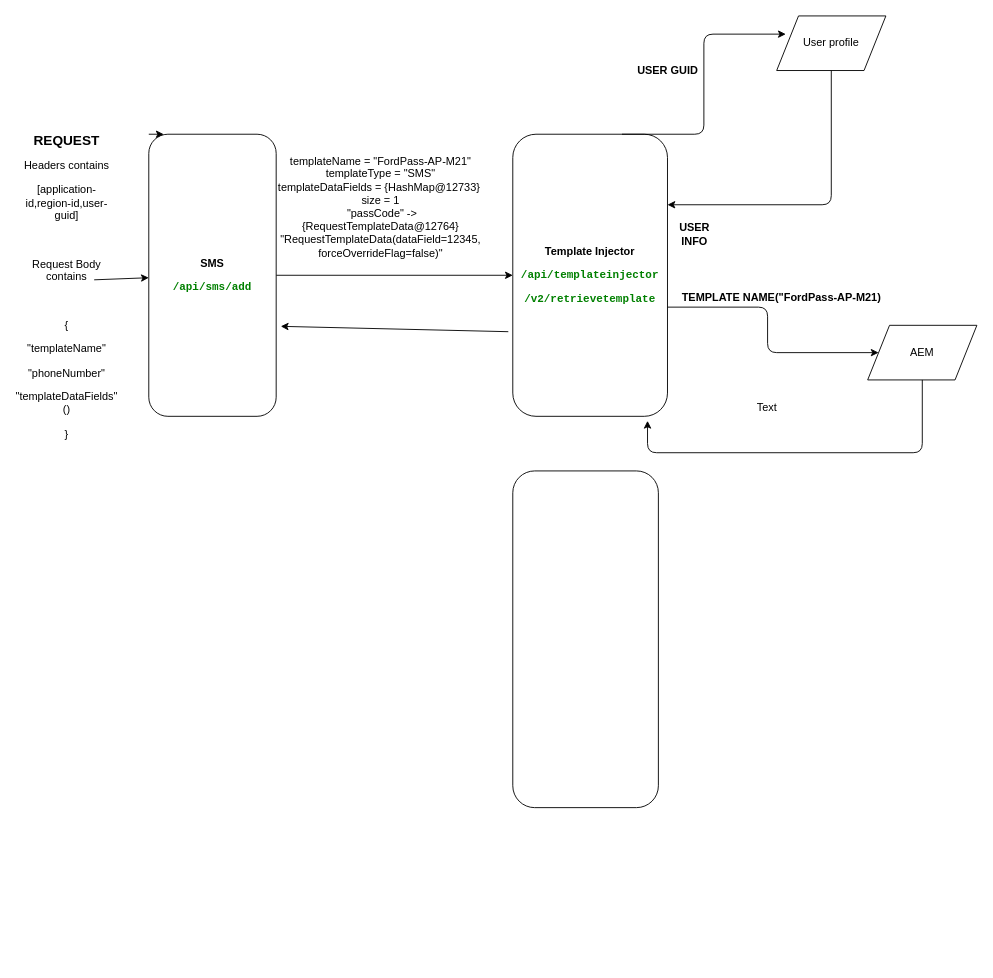
Before: Untitled Diagram.drawio in prames35-ford/coding-practice, a draw.io diagram. Source tidied: cells renumbered, new cells numbered last; positions are measured from the earlier drawing's top-left corner, leaving out a move shared by most shapes. Both pictures are drawn from the tidied source at 91%, with x=0, y=0 at pixel (48, 15).
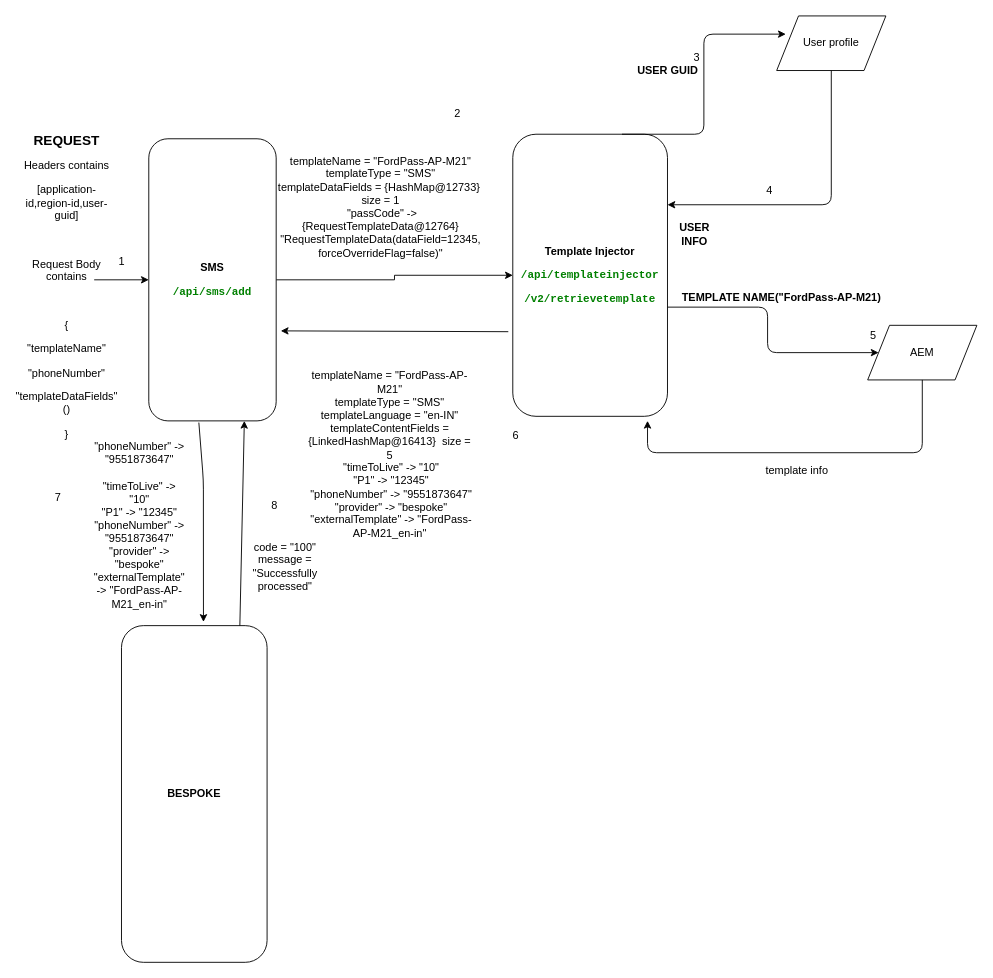
After the change.

Commit message:
update sms diagram

The edit, as a diff of the source:
```diff
@@
     <mxCell id="3" value="&lt;p&gt;&lt;b&gt;SMS&lt;/b&gt;&lt;/p&gt;&lt;pre style=&quot;background-color: rgb(255 , 255 , 255) ; font-family: &amp;#34;courier new&amp;#34; ; font-size: 9pt&quot;&gt;&lt;span style=&quot;color: #008000 ; font-weight: bold&quot;&gt;/api/sms/add&lt;/span&gt;&lt;/pre&gt;" style="rounded=1;whiteSpace=wrap;html=1;" parent="1" vertex="1">
-      <mxGeometry x="110" y="130" width="140" height="310" as="geometry" />
+      <mxGeometry x="110" y="135" width="140" height="310" as="geometry" />
     </mxCell>
@@
-    <mxCell id="5" style="edgeStyle=orthogonalEdgeStyle;rounded=0;orthogonalLoop=1;jettySize=auto;html=1;exitX=0;exitY=0;exitDx=0;exitDy=0;entryX=0.117;entryY=0;entryDx=0;entryDy=0;entryPerimeter=0;" parent="1" edge="1" source="3" target="3">
-      <mxGeometry relative="1" as="geometry" />
-    </mxCell>
@@
-    <mxCell id="9" style="rounded=1;whiteSpace=wrap;html=1;" parent="1" vertex="1">
-      <mxGeometry x="510" y="500" width="160" height="370" as="geometry" />
+    <mxCell id="9" value="&lt;b&gt;BESPOKE&lt;/b&gt;" style="rounded=1;whiteSpace=wrap;html=1;" parent="1" vertex="1">
+      <mxGeometry x="80" y="670" width="160" height="370" as="geometry" />
     </mxCell>
@@
-    <mxCell id="20" value="Text" style="text;html=1;align=center;verticalAlign=middle;" parent="1" vertex="1">
-      <mxGeometry x="769" y="421" width="40" height="20" as="geometry" />
-    </mxCell>
+    <mxCell id="21" value="&lt;div&gt;&lt;br&gt;&lt;/div&gt;&lt;div&gt;templateName = &quot;FordPass-AP-M21&quot;&lt;/div&gt;&lt;div&gt;templateType = &quot;SMS&quot;&lt;/div&gt;&lt;div&gt;templateLanguage = &quot;en-IN&quot;&lt;/div&gt;&lt;div&gt;templateContentFields = {LinkedHashMap@16413}&amp;nbsp; size = 5&lt;/div&gt;&lt;div&gt;&amp;nbsp;&quot;timeToLive&quot; -&amp;gt; &quot;10&quot;&lt;/div&gt;&lt;div&gt;&amp;nbsp;&quot;P1&quot; -&amp;gt; &quot;12345&quot;&lt;/div&gt;&lt;div&gt;&amp;nbsp;&quot;phoneNumber&quot; -&amp;gt; &quot;9551873647&quot;&lt;/div&gt;&lt;div&gt;&amp;nbsp;&quot;provider&quot; -&amp;gt; &quot;bespoke&quot;&lt;/div&gt;&lt;div&gt;&amp;nbsp;&quot;externalTemplate&quot; -&amp;gt; &quot;FordPass-AP-M21_en-in&quot;&lt;/div&gt;" style="text;html=1;strokeColor=none;fillColor=none;align=center;verticalAlign=middle;whiteSpace=wrap;rounded=0;" parent="1" vertex="1">
+      <mxGeometry x="280" y="290" width="190" height="370" as="geometry" />
+    </mxCell>
+    <mxCell id="22" value="template info" style="text;html=1;align=center;verticalAlign=middle;" parent="1" vertex="1">
+      <mxGeometry x="782" y="490" width="80" height="20" as="geometry" />
+    </mxCell>
+    <mxCell id="23" style="endArrow=classic;html=1;exitX=0.393;exitY=1.006;exitDx=0;exitDy=0;exitPerimeter=0;entryX=0.563;entryY=-0.011;entryDx=0;entryDy=0;entryPerimeter=0;" parent="1" edge="1" source="3" target="9">
+      <mxGeometry relative="1" as="geometry">
+        <Array as="points">
+          <mxPoint x="170" y="510" />
+        </Array>
+      </mxGeometry>
+    </mxCell>
+    <mxCell id="24" value="&lt;div&gt;&quot;phoneNumber&quot; -&amp;gt; &quot;9551873647&quot;&lt;/div&gt;&lt;div&gt;&lt;br&gt;&lt;/div&gt;&lt;div&gt;&quot;timeToLive&quot; -&amp;gt; &quot;10&quot;&lt;/div&gt;&lt;div&gt;&quot;P1&quot; -&amp;gt; &quot;12345&quot;&lt;/div&gt;&lt;div&gt;&quot;phoneNumber&quot; -&amp;gt; &quot;9551873647&quot;&lt;/div&gt;&lt;div&gt;&quot;provider&quot; -&amp;gt; &quot;bespoke&quot;&lt;/div&gt;&lt;div&gt;&quot;externalTemplate&quot; -&amp;gt; &quot;FordPass-AP-M21_en-in&quot;&lt;/div&gt;" style="text;html=1;strokeColor=none;fillColor=none;align=center;verticalAlign=middle;whiteSpace=wrap;rounded=0;" parent="1" vertex="1">
+      <mxGeometry x="80" y="550" width="40" height="20" as="geometry" />
+    </mxCell>
+    <mxCell id="25" style="endArrow=classic;html=1;entryX=0.75;entryY=1;entryDx=0;entryDy=0;exitX=0.813;exitY=0;exitDx=0;exitDy=0;exitPerimeter=0;" parent="1" edge="1" source="9" target="3">
+      <mxGeometry relative="1" as="geometry" />
+    </mxCell>
+    <mxCell id="26" value="&lt;div&gt;code = &quot;100&quot;&lt;/div&gt;&lt;div&gt;message = &quot;Successfully processed&quot;&lt;/div&gt;" style="text;html=1;strokeColor=none;fillColor=none;align=center;verticalAlign=middle;whiteSpace=wrap;rounded=0;" parent="1" vertex="1">
+      <mxGeometry x="240" y="600" width="40" height="10" as="geometry" />
+    </mxCell>
+    <mxCell id="27" value="1" style="text;html=1;align=center;verticalAlign=middle;" parent="1" vertex="1">
+      <mxGeometry x="70" y="260" width="20" height="20" as="geometry" />
+    </mxCell>
+    <mxCell id="28" value="2" style="text;html=1;align=center;verticalAlign=middle;" parent="1" vertex="1">
+      <mxGeometry x="439" y="98" width="20" height="20" as="geometry" />
+    </mxCell>
+    <mxCell id="29" value="3" style="text;html=1;align=center;verticalAlign=middle;" parent="1" vertex="1">
+      <mxGeometry x="702" y="36" width="20" height="20" as="geometry" />
+    </mxCell>
+    <mxCell id="30" value="5" style="text;html=1;align=center;verticalAlign=middle;" parent="1" vertex="1">
+      <mxGeometry x="896" y="342" width="20" height="20" as="geometry" />
+    </mxCell>
+    <mxCell id="31" value="4" style="text;html=1;align=center;verticalAlign=middle;" parent="1" vertex="1">
+      <mxGeometry x="782" y="182" width="20" height="20" as="geometry" />
+    </mxCell>
+    <mxCell id="32" value="6" style="text;html=1;align=center;verticalAlign=middle;" parent="1" vertex="1">
+      <mxGeometry x="503" y="451" width="20" height="20" as="geometry" />
+    </mxCell>
+    <mxCell id="33" value="7" style="text;html=1;align=center;verticalAlign=middle;" parent="1" vertex="1">
+      <mxGeometry y="520" width="20" height="20" as="geometry" />
+    </mxCell>
+    <mxCell id="34" value="8" style="text;html=1;align=center;verticalAlign=middle;" parent="1" vertex="1">
+      <mxGeometry x="238" y="528" width="20" height="20" as="geometry" />
+    </mxCell>
```
